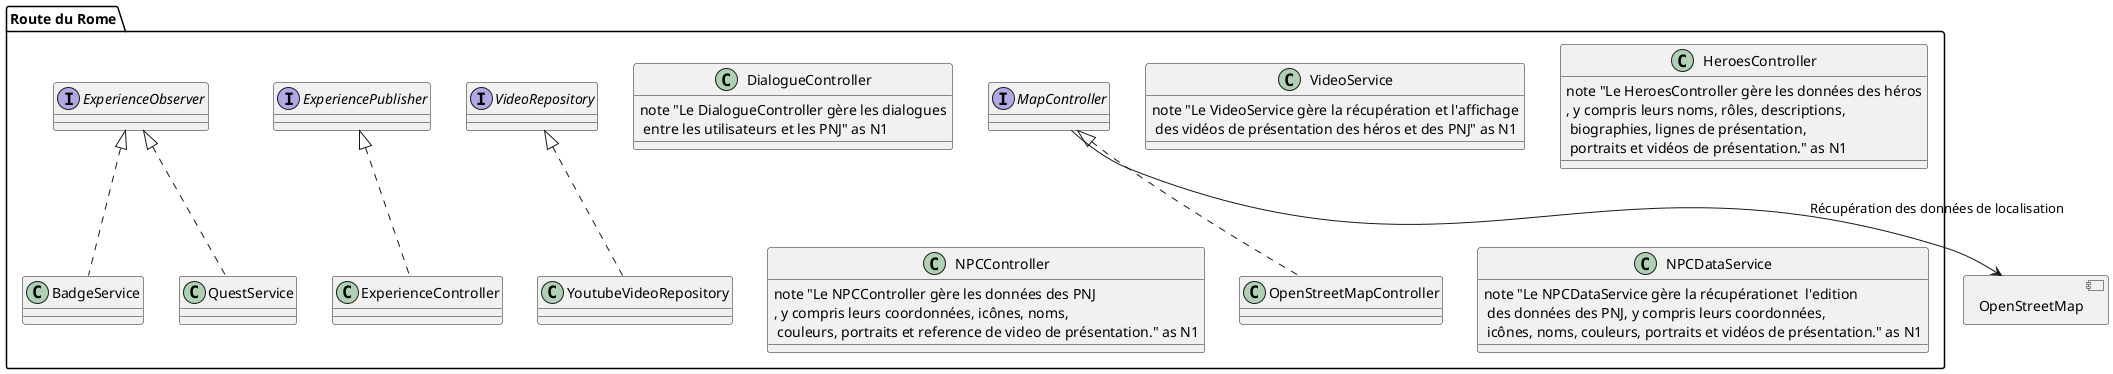
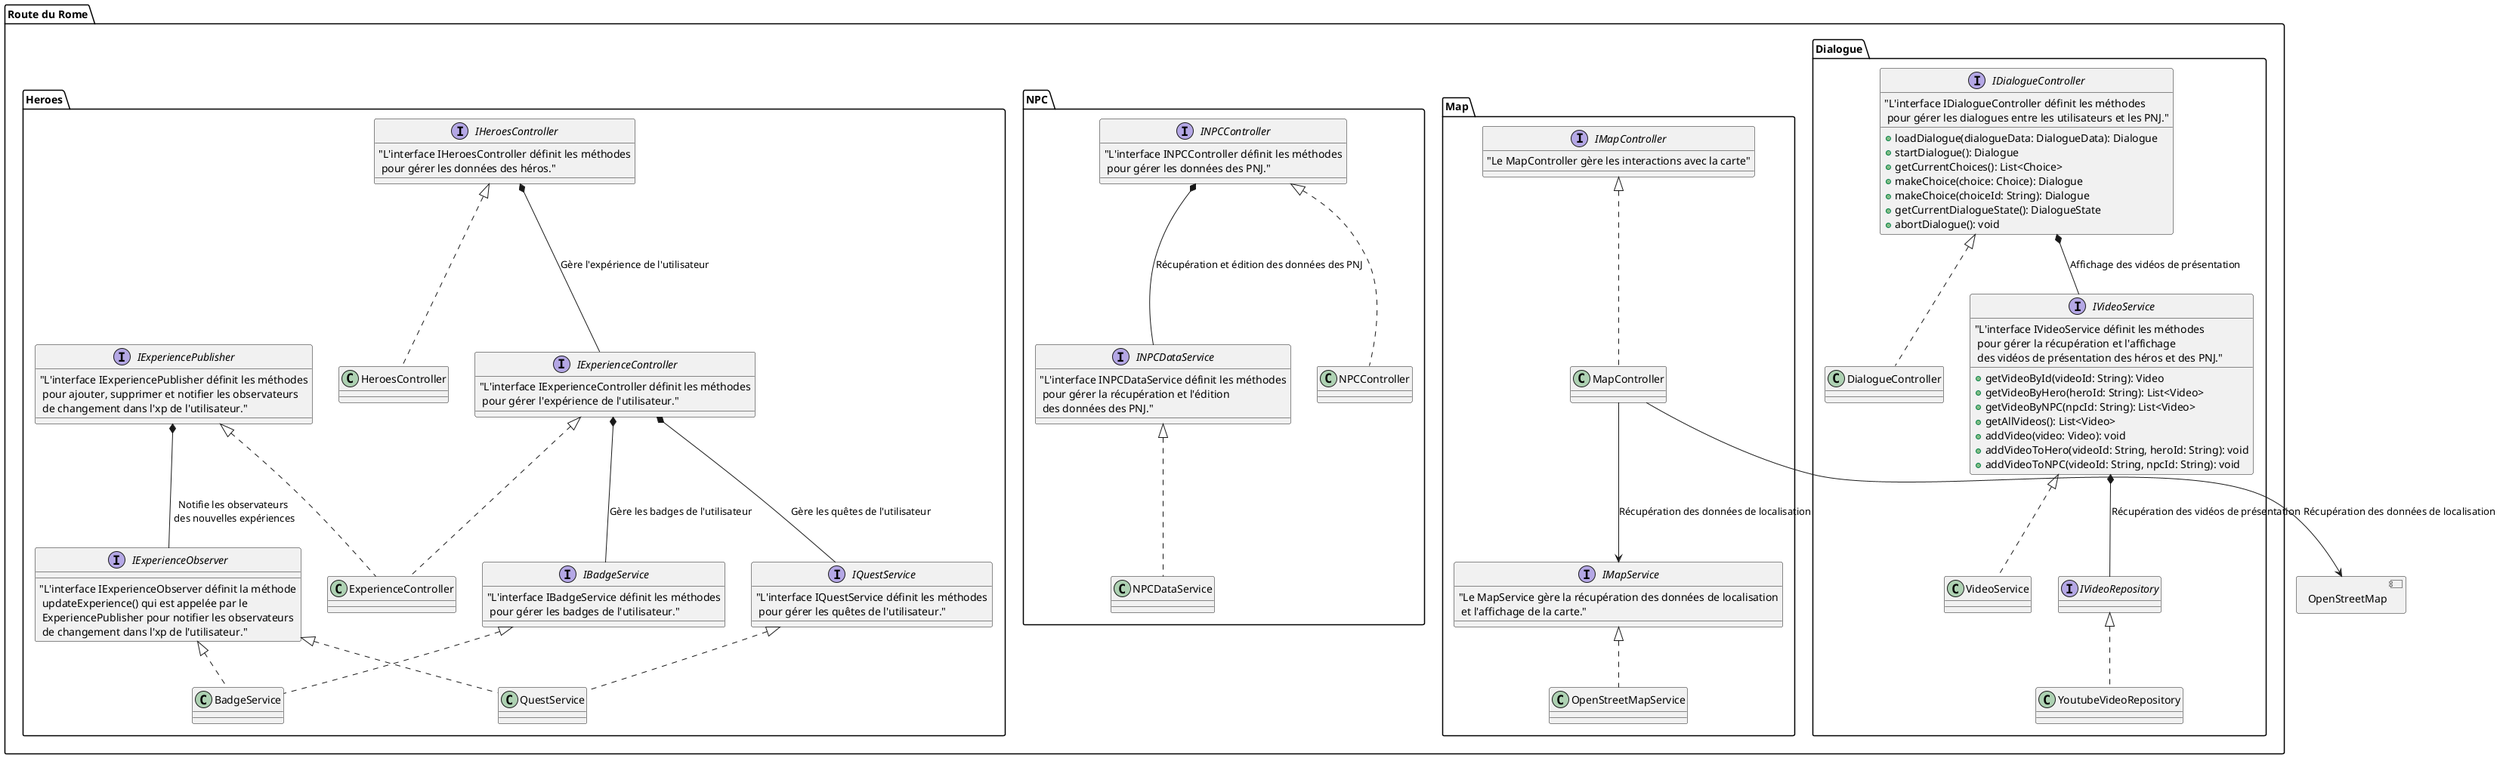
@startuml

package "Route du Rome" {

-     class DialogueController{
-         note "Le DialogueController gère les dialogues\n entre les utilisateurs et les PNJ" as N1
+     package  "Dialogue" {
+ 
+ 
+     interface IDialogueController{
+         "L'interface IDialogueController définit les méthodes\n pour gérer les dialogues entre les utilisateurs et les PNJ."
+         + loadDialogue(dialogueData: DialogueData): Dialogue
+         + startDialogue(): Dialogue
+         + getCurrentChoices(): List<Choice>
+         + makeChoice(choice: Choice): Dialogue
+         + makeChoice(choiceId: String): Dialogue
+         + getCurrentDialogueState(): DialogueState
+         + abortDialogue(): void
+ 
    }

-     class VideoService{
-         note "Le VideoService gère la récupération et l'affichage\n des vidéos de présentation des héros et des PNJ" as N1
+     class DialogueController implements IDialogueController{
    }

-     interface VideoRepository
+     interface IVideoService{
+         "L'interface IVideoService définit les méthodes\n pour gérer la récupération et l'affichage\n des vidéos de présentation des héros et des PNJ."
+         + getVideoById(videoId: String): Video
+         + getVideoByHero(heroId: String): List<Video>
+         + getVideoByNPC(npcId: String): List<Video>
+         + getAllVideos(): List<Video>
+         + addVideo(video: Video): void
+         + addVideoToHero(videoId: String, heroId: String): void
+         + addVideoToNPC(videoId: String, npcId: String): void

-     class YoutubeVideoRepository implements VideoRepository
- 
-     class HeroesController{
-         note "Le HeroesController gère les données des héros\n, y compris leurs noms, rôles, descriptions,\n biographies, lignes de présentation,\n portraits et vidéos de présentation." as N1
    }

-     class NPCController{
-         note "Le NPCController gère les données des PNJ\n, y compris leurs coordonnées, icônes, noms,\n couleurs, portraits et reference de video de présentation." as N1
+     class VideoService implements IVideoService {
    }

-     class NPCDataService {
-         note "Le NPCDataService gère la récupérationet  l'edition \n des données des PNJ, y compris leurs coordonnées,\n icônes, noms, couleurs, portraits et vidéos de présentation." as N1
+     interface IVideoRepository
+ 
+     class YoutubeVideoRepository implements IVideoRepository
+ 
+     IVideoService *-- IVideoRepository : "Récupération des vidéos de présentation"
+     IDialogueController *-- IVideoService : "Affichage des vidéos de présentation"
+ 
    }

-     interface MapController

-     class OpenStreetMapController implements MapController
+     package "NPC" {

-     class ExperienceController implements ExperiencePublisher
+         interface INPCController{
+             "L'interface INPCController définit les méthodes\n pour gérer les données des PNJ."
+         }

-     interface ExperienceObserver
-     interface ExperiencePublisher
+         interface INPCDataService {
+             "L'interface INPCDataService définit les méthodes\n pour gérer la récupération et l'édition\n des données des PNJ."
+         }

-     class BadgeService implements ExperienceObserver

-     class QuestService implements ExperienceObserver
+         class NPCController implements INPCController {
+         }

+         class NPCDataService implements INPCDataService {
+         }
+ 
+         INPCController *-- INPCDataService : "Récupération et édition des données des PNJ"
+     }
+ 
+ 
+     package "Map" {
+ 
+         interface IMapController{
+             "Le MapController gère les interactions avec la carte"
+         }
+ 
+         class MapController implements IMapController {
+         }
+ 
+         interface IMapService {
+             "Le MapService gère la récupération des données de localisation\n et l'affichage de la carte."
+         }
+ 
+         class OpenStreetMapService implements IMapService {
+         }
+ 
+         MapController --> IMapService : "Récupération des données de localisation"
+ 
+     }
+ 
+ 
+     package "Heroes"{
+ 
+         interface IHeroesController{
+             "L'interface IHeroesController définit les méthodes\n pour gérer les données des héros."
+         }
+         class HeroesController implements IHeroesController{
+ 
+         }
+ 
+         interface IExperienceController {
+             "L'interface IExperienceController définit les méthodes\n pour gérer l'expérience de l'utilisateur."
+         }
+ 
+         class ExperienceController implements IExperienceController, IExperiencePublisher {
+         }
+ 
+         interface IExperienceObserver{
+             "L'interface IExperienceObserver définit la méthode\n updateExperience() qui est appelée par le\n ExperiencePublisher pour notifier les observateurs\n de changement dans l'xp de l'utilisateur."
+         }
+ 
+         interface IExperiencePublisher{
+             "L'interface IExperiencePublisher définit les méthodes\n pour ajouter, supprimer et notifier les observateurs\n de changement dans l'xp de l'utilisateur."
+         }
+ 
+         interface IBadgeService {
+             "L'interface IBadgeService définit les méthodes\n pour gérer les badges de l'utilisateur."
+         }
+ 
+         interface IQuestService {
+             "L'interface IQuestService définit les méthodes\n pour gérer les quêtes de l'utilisateur."
+         }
+ 
+         class BadgeService implements IExperienceObserver, IBadgeService
+ 
+         class QuestService implements IExperienceObserver, IQuestService
+ 
+         IHeroesController *-- IExperienceController : "Gère l'expérience de l'utilisateur"
+ 
+         IExperienceController *-- IQuestService : "Gère les quêtes de l'utilisateur"
+         IExperienceController *-- IBadgeService : "Gère les badges de l'utilisateur"
+ 
+         IExperiencePublisher *-- IExperienceObserver : "Notifie les observateurs\n des nouvelles expériences"
+ 
+ }

}

component "OpenStreetMap" as OpenStreetMap {
}

MapController --> OpenStreetMap : "Récupération des données de localisation"





@enduml

